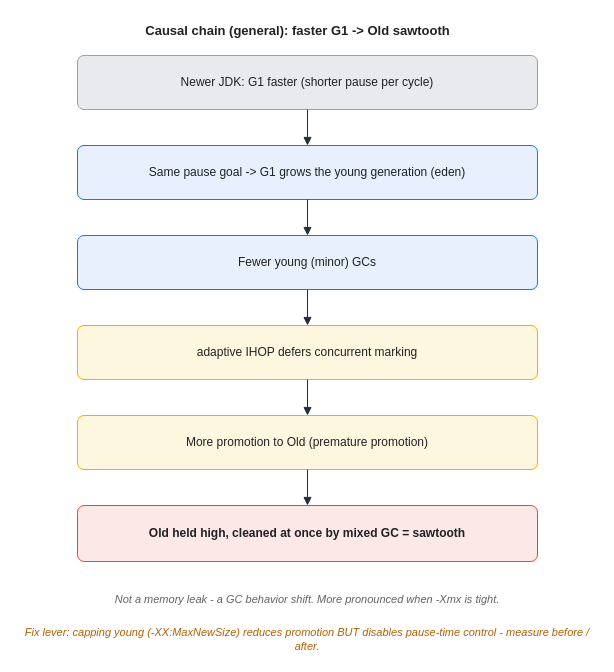
Above: assets/img/jvm/jvm-10-jdk-version-gc-shift.drawio in KKamJi98/kkamji98.github.io (draw.io), before the change. Source tidied: cells renumbered, new cells numbered last; positions are measured from the earlier drawing's top-left corner, leaving out a move shared by most shapes. Both pictures are drawn from the tidied source at 100%, with x=0, y=0 at pixel (17, 17).
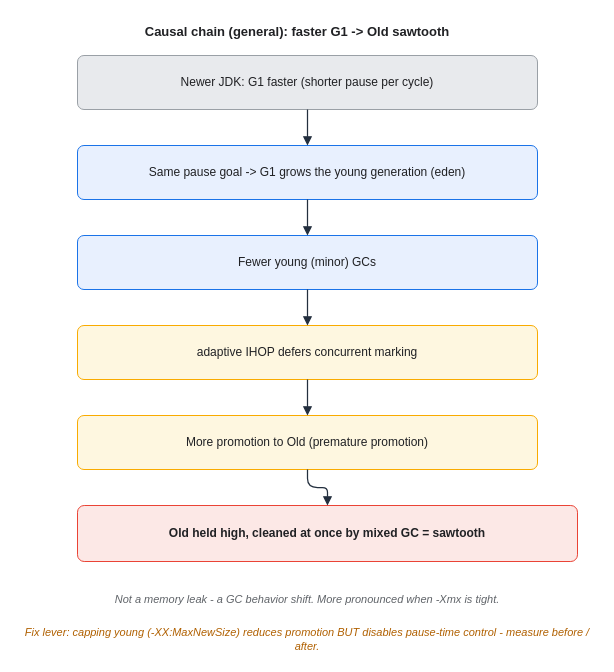
The same diagram, later.

What changed in the source:
```diff
@@
 <mxGraphModel background="#FFFFFF">
   <root>
     <mxCell id="0" />
     <mxCell id="1" parent="0" />
-    <mxCell id="2" value="Causal chain (general): faster G1 -&gt; Old sawtooth" style="text;html=1;align=center;verticalAlign=middle;fontSize=13;fontStyle=1;fontColor=#202124;" parent="1" vertex="1">
+    <mxCell id="2" value="Causal chain (general): faster G1 -&gt; Old sawtooth" style="text;html=0;align=center;verticalAlign=middle;fontSize=13;fontStyle=1;fontColor=#202124;" parent="1" vertex="1">
       <mxGeometry x="20" width="520" height="26" as="geometry" />
     </mxCell>
-    <mxCell id="3" value="Newer JDK: G1 faster (shorter pause per cycle)" style="rounded=1;whiteSpace=wrap;html=1;arcSize=12;shadow=0;fillColor=#E8EAED;strokeColor=#9AA0A6;fontColor=#202124;" parent="1" vertex="1">
+    <mxCell id="3" value="Newer JDK: G1 faster (shorter pause per cycle)" style="rounded=1;whiteSpace=wrap;html=0;arcSize=12;shadow=0;fillColor=#E8EAED;strokeColor=#9AA0A6;fontColor=#202124;" parent="1" vertex="1">
       <mxGeometry x="60" y="38" width="460" height="54" as="geometry" />
     </mxCell>
-    <mxCell id="4" value="Same pause goal -&gt; G1 grows the young generation (eden)" style="rounded=1;whiteSpace=wrap;html=1;arcSize=12;shadow=0;fillColor=#E8F0FE;strokeColor=#1A73E8;fontColor=#202124;" parent="1" vertex="1">
+    <mxCell id="4" value="Same pause goal -&gt; G1 grows the young generation (eden)" style="rounded=1;whiteSpace=wrap;html=0;arcSize=12;shadow=0;fillColor=#E8F0FE;strokeColor=#1A73E8;fontColor=#202124;" parent="1" vertex="1">
       <mxGeometry x="60" y="128" width="460" height="54" as="geometry" />
     </mxCell>
-    <mxCell id="5" value="Fewer young (minor) GCs" style="rounded=1;whiteSpace=wrap;html=1;arcSize=12;shadow=0;fillColor=#E8F0FE;strokeColor=#1A73E8;fontColor=#202124;" parent="1" vertex="1">
+    <mxCell id="5" value="Fewer young (minor) GCs" style="rounded=1;whiteSpace=wrap;html=0;arcSize=12;shadow=0;fillColor=#E8F0FE;strokeColor=#1A73E8;fontColor=#202124;" parent="1" vertex="1">
       <mxGeometry x="60" y="218" width="460" height="54" as="geometry" />
     </mxCell>
-    <mxCell id="6" value="adaptive IHOP defers concurrent marking" style="rounded=1;whiteSpace=wrap;html=1;arcSize=12;shadow=0;fillColor=#FEF7E0;strokeColor=#F9AB00;fontColor=#202124;" parent="1" vertex="1">
+    <mxCell id="6" value="adaptive IHOP defers concurrent marking" style="rounded=1;whiteSpace=wrap;html=0;arcSize=12;shadow=0;fillColor=#FEF7E0;strokeColor=#F9AB00;fontColor=#202124;" parent="1" vertex="1">
       <mxGeometry x="60" y="308" width="460" height="54" as="geometry" />
     </mxCell>
-    <mxCell id="7" value="More promotion to Old (premature promotion)" style="rounded=1;whiteSpace=wrap;html=1;arcSize=12;shadow=0;fillColor=#FEF7E0;strokeColor=#F9AB00;fontColor=#202124;" parent="1" vertex="1">
+    <mxCell id="7" value="More promotion to Old (premature promotion)" style="rounded=1;whiteSpace=wrap;html=0;arcSize=12;shadow=0;fillColor=#FEF7E0;strokeColor=#F9AB00;fontColor=#202124;" parent="1" vertex="1">
       <mxGeometry x="60" y="398" width="460" height="54" as="geometry" />
     </mxCell>
-    <mxCell id="8" value="Old held high, cleaned at once by mixed GC = sawtooth" style="rounded=1;whiteSpace=wrap;html=1;arcSize=12;shadow=0;fillColor=#FCE8E6;strokeColor=#EA4335;fontColor=#202124;fontStyle=1;" parent="1" vertex="1">
-      <mxGeometry x="60" y="488" width="460" height="56" as="geometry" />
+    <mxCell id="8" value="Old held high, cleaned at once by mixed GC = sawtooth" style="rounded=1;whiteSpace=wrap;html=0;arcSize=12;shadow=0;fillColor=#FCE8E6;strokeColor=#EA4335;fontColor=#202124;fontStyle=1;" parent="1" vertex="1">
+      <mxGeometry x="60" y="488" width="500" height="56" as="geometry" />
     </mxCell>
-    <mxCell id="9" value="Not a memory leak - a GC behavior shift. More pronounced when -Xmx is tight." style="text;html=1;align=center;verticalAlign=middle;whiteSpace=wrap;fontSize=11;fontColor=#5F6368;fontStyle=2;" parent="1" vertex="1">
+    <mxCell id="9" value="Not a memory leak - a GC behavior shift. More pronounced when -Xmx is tight." style="text;html=0;align=center;verticalAlign=middle;whiteSpace=wrap;fontSize=11;fontColor=#5F6368;fontStyle=2;" parent="1" vertex="1">
       <mxGeometry y="566" width="580" height="32" as="geometry" />
     </mxCell>
-    <mxCell id="10" value="Fix lever: capping young (-XX:MaxNewSize) reduces promotion BUT disables pause-time control - measure before / after." style="text;html=1;align=center;verticalAlign=middle;whiteSpace=wrap;fontSize=11;fontColor=#B06000;fontStyle=2;" parent="1" vertex="1">
+    <mxCell id="10" value="Fix lever: capping young (-XX:MaxNewSize) reduces promotion BUT disables pause-time control - measure before / after." style="text;html=0;align=center;verticalAlign=middle;whiteSpace=wrap;fontSize=11;fontColor=#B06000;fontStyle=2;" parent="1" vertex="1">
       <mxGeometry y="606" width="580" height="32" as="geometry" />
     </mxCell>
-    <mxCell id="11" style="edgeStyle=orthogonalEdgeStyle;rounded=1;html=1;strokeColor=#232F3E;fontColor=#232F3E;labelBackgroundColor=none;endArrow=block;exitX=0.5;exitY=1;exitDx=0;exitDy=0;entryX=0.5;entryY=0;entryDx=0;entryDy=0;" parent="1" edge="1" source="3" target="4">
+    <mxCell id="11" style="edgeStyle=orthogonalEdgeStyle;rounded=1;html=0;strokeColor=#232F3E;fontColor=#232F3E;labelBackgroundColor=none;endArrow=block;exitX=0.5;exitY=1;exitDx=0;exitDy=0;entryX=0.5;entryY=0;entryDx=0;entryDy=0;strokeWidth=1.25;" parent="1" edge="1" source="3" target="4">
       <mxGeometry relative="1" as="geometry" />
     </mxCell>
-    <mxCell id="12" style="edgeStyle=orthogonalEdgeStyle;rounded=1;html=1;strokeColor=#232F3E;fontColor=#232F3E;labelBackgroundColor=none;endArrow=block;exitX=0.5;exitY=1;exitDx=0;exitDy=0;entryX=0.5;entryY=0;entryDx=0;entryDy=0;" parent="1" edge="1" source="4" target="5">
+    <mxCell id="12" style="edgeStyle=orthogonalEdgeStyle;rounded=1;html=0;strokeColor=#232F3E;fontColor=#232F3E;labelBackgroundColor=none;endArrow=block;exitX=0.5;exitY=1;exitDx=0;exitDy=0;entryX=0.5;entryY=0;entryDx=0;entryDy=0;strokeWidth=1.25;" parent="1" edge="1" source="4" target="5">
       <mxGeometry relative="1" as="geometry" />
     </mxCell>
-    <mxCell id="13" style="edgeStyle=orthogonalEdgeStyle;rounded=1;html=1;strokeColor=#232F3E;fontColor=#232F3E;labelBackgroundColor=none;endArrow=block;exitX=0.5;exitY=1;exitDx=0;exitDy=0;entryX=0.5;entryY=0;entryDx=0;entryDy=0;" parent="1" edge="1" source="5" target="6">
+    <mxCell id="13" style="edgeStyle=orthogonalEdgeStyle;rounded=1;html=0;strokeColor=#232F3E;fontColor=#232F3E;labelBackgroundColor=none;endArrow=block;exitX=0.5;exitY=1;exitDx=0;exitDy=0;entryX=0.5;entryY=0;entryDx=0;entryDy=0;strokeWidth=1.25;" parent="1" edge="1" source="5" target="6">
       <mxGeometry relative="1" as="geometry" />
     </mxCell>
-    <mxCell id="14" style="edgeStyle=orthogonalEdgeStyle;rounded=1;html=1;strokeColor=#232F3E;fontColor=#232F3E;labelBackgroundColor=none;endArrow=block;exitX=0.5;exitY=1;exitDx=0;exitDy=0;entryX=0.5;entryY=0;entryDx=0;entryDy=0;" parent="1" edge="1" source="6" target="7">
+    <mxCell id="14" style="edgeStyle=orthogonalEdgeStyle;rounded=1;html=0;strokeColor=#232F3E;fontColor=#232F3E;labelBackgroundColor=none;endArrow=block;exitX=0.5;exitY=1;exitDx=0;exitDy=0;entryX=0.5;entryY=0;entryDx=0;entryDy=0;strokeWidth=1.25;" parent="1" edge="1" source="6" target="7">
       <mxGeometry relative="1" as="geometry" />
     </mxCell>
-    <mxCell id="15" style="edgeStyle=orthogonalEdgeStyle;rounded=1;html=1;strokeColor=#232F3E;fontColor=#232F3E;labelBackgroundColor=none;endArrow=block;exitX=0.5;exitY=1;exitDx=0;exitDy=0;entryX=0.5;entryY=0;entryDx=0;entryDy=0;" parent="1" edge="1" source="7" target="8">
+    <mxCell id="15" style="edgeStyle=orthogonalEdgeStyle;rounded=1;html=0;strokeColor=#232F3E;fontColor=#232F3E;labelBackgroundColor=none;endArrow=block;exitX=0.5;exitY=1;exitDx=0;exitDy=0;entryX=0.5;entryY=0;entryDx=0;entryDy=0;strokeWidth=1.25;" parent="1" edge="1" source="7" target="8">
       <mxGeometry relative="1" as="geometry" />
     </mxCell>
   </root>
 </mxGraphModel>
```
